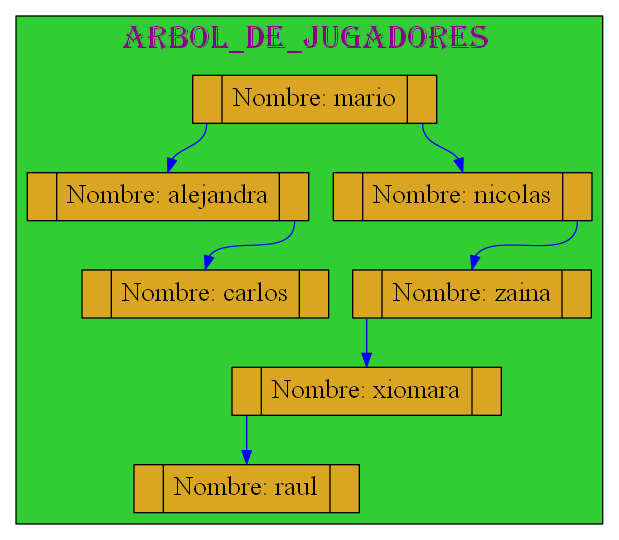
Above: Graficas/Arbol_Jugadores.dot.png in mariotun/EDD_1S2020_PY1_201602942 (Graphviz), before the change. Its source is kept beside it as Graficas/Arbol_Jugadores.dot.
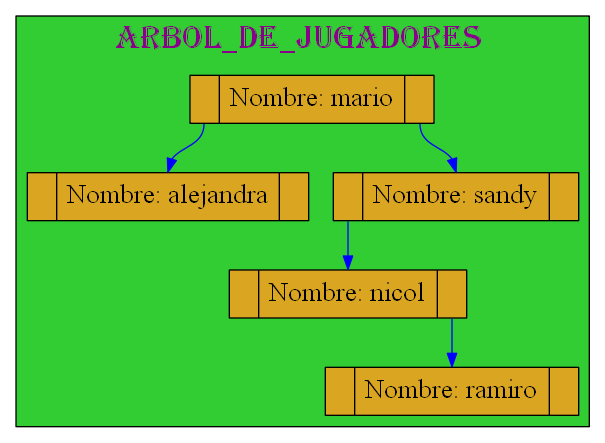
Above is the later version.

What changed in the source:
```diff
@@ -11,27 +11,19 @@
 node[shape=record,height=0.5 style=filled fontcolor=black fillcolor=goldenrod fontsize=20 ];
 
 
-25769968848[label="<f0> |<f1>Nombre: mario |<f2> " ];
-25770344352[label="<f0> |<f1>Nombre: alejandra |<f2>" ]
-25770344624[label="<f0> |<f1>Nombre: nicolas |<f2>" ]
-25770344928[label="<f0> |<f1>Nombre: carlos |<f2>" ]
-25770344928[label="<f0> |<f1>Nombre: carlos |<f2>" ]
-25770345008[label="<f0> |<f1>Nombre: zaina |<f2>" ]
-25770345008[label="<f0> |<f1>Nombre: zaina |<f2>" ]
-25770345488[label="<f0> |<f1>Nombre: xiomara |<f2>" ]
-25770345488[label="<f0> |<f1>Nombre: xiomara |<f2>" ]
-25770345488[label="<f0> |<f1>Nombre: xiomara |<f2>" ]
-25770345568[label="<f0> |<f1>Nombre: raul |<f2>" ]
-25770345568[label="<f0> |<f1>Nombre: raul |<f2>" ]
-25770345568[label="<f0> |<f1>Nombre: raul |<f2>" ]
-25770345568[label="<f0> |<f1>Nombre: raul |<f2>" ]
+25770475696[label="<f0> |<f1>Nombre: mario |<f2> " ];
+25770475888[label="<f0> |<f1>Nombre: sandy |<f2>" ]
+25770476400[label="<f0> |<f1>Nombre: nicol |<f2>" ]
+25770476400[label="<f0> |<f1>Nombre: nicol |<f2>" ]
+25770476976[label="<f0> |<f1>Nombre: alejandra |<f2>" ]
+25770476864[label="<f0> |<f1>Nombre: ramiro |<f2>" ]
+25770476864[label="<f0> |<f1>Nombre: ramiro |<f2>" ]
+25770476864[label="<f0> |<f1>Nombre: ramiro |<f2>" ]
 
-25769968848:f0->25770344352:f1 [color=blue]
-25769968848:f2->25770344624:f1 [color=blue ]
-25770344352:f2->25770344928:f1 [color=blue ]
-25770344624:f2->25770345008:f1 [color=blue ]
-25770345008:f0->25770345488:f1 [color=blue]
-25770345488:f0->25770345568:f1 [color=blue]
+25770475696:f2->25770475888:f1 [color=blue ]
+25770475888:f0->25770476400:f1 [color=blue]
+25770475696:f0->25770476976:f1 [color=blue]
+25770476400:f2->25770476864:f1 [color=blue ]
 
  }
 
```
